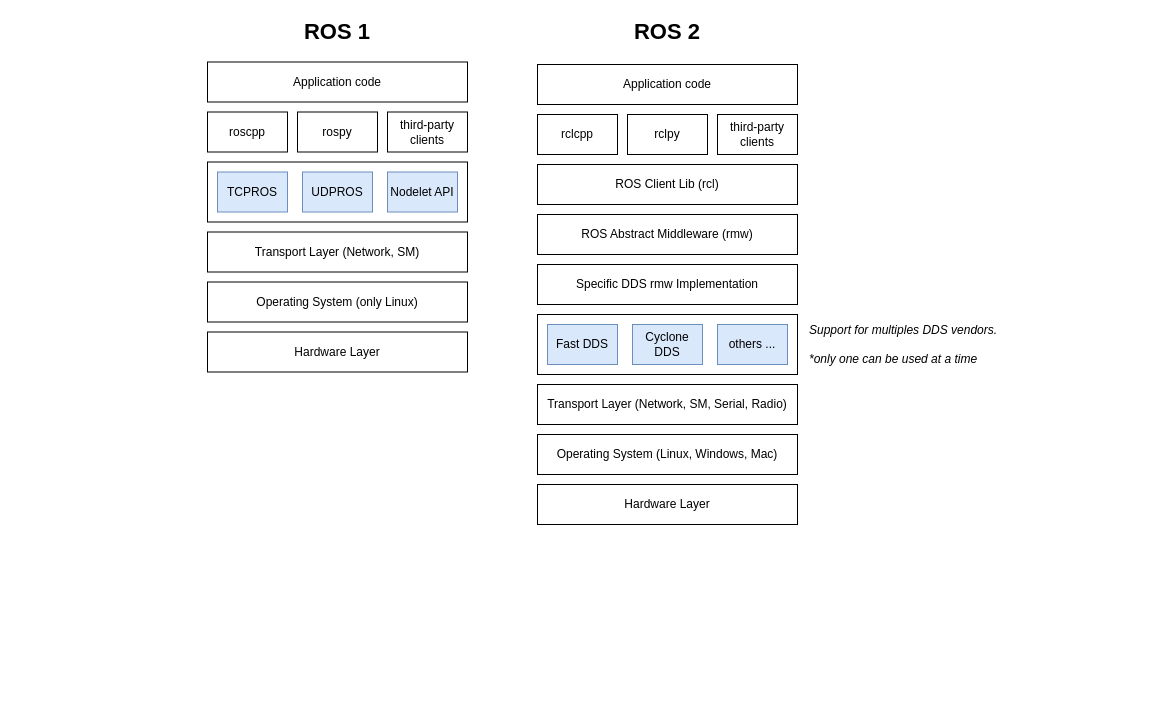
Above: page "stack" (5 of 10) of src/resources/ros.drawio in harleylara/robotics (draw.io), before the change. Source tidied: cells renumbered, new cells numbered last; positions are measured from the earlier drawing's top-left corner, leaving out a move shared by most shapes. Both pictures are drawn from the tidied source at 100%, with x=0, y=0 at pixel (207, 16).
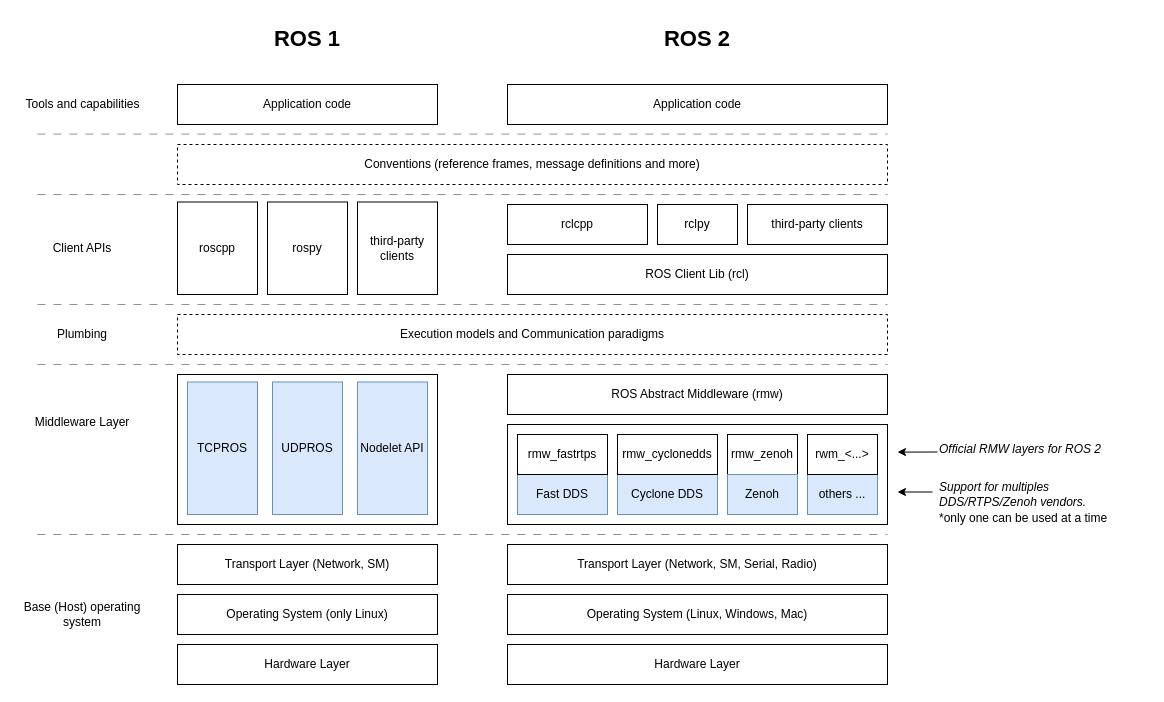
The same diagram, later.

The edit, as a diff of the source:
```diff
@@
     <mxCell id="2" style="rounded=0;whiteSpace=wrap;html=1;" parent="1" vertex="1">
-      <mxGeometry y="145.5" width="260" height="60" as="geometry" />
+      <mxGeometry x="-30" y="358" width="260" height="150" as="geometry" />
     </mxCell>
     <mxCell id="3" value="Hardware Layer" style="rounded=0;whiteSpace=wrap;html=1;" parent="1" vertex="1">
-      <mxGeometry y="315.5" width="260" height="40" as="geometry" />
+      <mxGeometry x="-30" y="628" width="260" height="40" as="geometry" />
     </mxCell>
     <mxCell id="4" value="Operating System (only Linux)" style="rounded=0;whiteSpace=wrap;html=1;" parent="1" vertex="1">
-      <mxGeometry y="265.5" width="260" height="40" as="geometry" />
+      <mxGeometry x="-30" y="578" width="260" height="40" as="geometry" />
     </mxCell>
     <mxCell id="5" value="Transport Layer (Network, SM)" style="rounded=0;whiteSpace=wrap;html=1;" parent="1" vertex="1">
-      <mxGeometry y="215.5" width="260" height="40" as="geometry" />
+      <mxGeometry x="-30" y="528" width="260" height="40" as="geometry" />
     </mxCell>
     <mxCell id="6" value="TCPROS" style="rounded=0;whiteSpace=wrap;html=1;fillColor=#dae8fc;strokeColor=#6c8ebf;" parent="1" vertex="1">
-      <mxGeometry x="10" y="155.5" width="70" height="40" as="geometry" />
+      <mxGeometry x="-20" y="365.5" width="70" height="132.5" as="geometry" />
     </mxCell>
     <mxCell id="7" value="UDPROS" style="rounded=0;whiteSpace=wrap;html=1;fillColor=#dae8fc;strokeColor=#6c8ebf;" parent="1" vertex="1">
-      <mxGeometry x="95" y="155.5" width="70" height="40" as="geometry" />
+      <mxGeometry x="65" y="365.5" width="70" height="132.5" as="geometry" />
     </mxCell>
     <mxCell id="8" value="Nodelet API" style="rounded=0;whiteSpace=wrap;html=1;fillColor=#dae8fc;strokeColor=#6c8ebf;" parent="1" vertex="1">
-      <mxGeometry x="180" y="155.5" width="70" height="40" as="geometry" />
+      <mxGeometry x="150" y="365.5" width="70" height="132.5" as="geometry" />
     </mxCell>
     <mxCell id="9" value="roscpp" style="rounded=0;whiteSpace=wrap;html=1;" parent="1" vertex="1">
-      <mxGeometry y="95.5" width="80" height="40" as="geometry" />
+      <mxGeometry x="-30" y="185.5" width="80" height="92.5" as="geometry" />
     </mxCell>
     <mxCell id="10" value="Application code" style="rounded=0;whiteSpace=wrap;html=1;" parent="1" vertex="1">
-      <mxGeometry y="45.5" width="260" height="40" as="geometry" />
+      <mxGeometry x="-30" y="68" width="260" height="40" as="geometry" />
     </mxCell>
     <mxCell id="11" value="ROS 1" style="text;html=1;strokeColor=none;fillColor=none;align=center;verticalAlign=middle;whiteSpace=wrap;rounded=0;fontStyle=1;fontSize=22;" parent="1" vertex="1">
-      <mxGeometry x="75" y="0.5" width="110" height="30" as="geometry" />
+      <mxGeometry x="45" y="8" width="110" height="30" as="geometry" />
     </mxCell>
-    <mxCell id="12" value="Hardware Layer" style="rounded=0;whiteSpace=wrap;html=1;" parent="1" vertex="1">
-      <mxGeometry x="330" y="468" width="260" height="40" as="geometry" />
-    </mxCell>
-    <mxCell id="13" value="Operating System (Linux, Windows, Mac)" style="rounded=0;whiteSpace=wrap;html=1;" parent="1" vertex="1">
-      <mxGeometry x="330" y="418" width="260" height="40" as="geometry" />
-    </mxCell>
     <mxCell id="14" value="Transport Layer (Network, SM, Serial, Radio)" style="rounded=0;whiteSpace=wrap;html=1;" parent="1" vertex="1">
-      <mxGeometry x="330" y="368" width="260" height="40" as="geometry" />
+      <mxGeometry x="300" y="528" width="380" height="40" as="geometry" />
     </mxCell>
     <mxCell id="15" style="rounded=0;whiteSpace=wrap;html=1;" parent="1" vertex="1">
-      <mxGeometry x="330" y="298" width="260" height="60" as="geometry" />
+      <mxGeometry x="300" y="408" width="380" height="100" as="geometry" />
     </mxCell>
     <mxCell id="16" value="Fast DDS" style="rounded=0;whiteSpace=wrap;html=1;fillColor=#dae8fc;strokeColor=#6c8ebf;" parent="1" vertex="1">
-      <mxGeometry x="340" y="308" width="70" height="40" as="geometry" />
+      <mxGeometry x="310" y="458" width="90" height="40" as="geometry" />
     </mxCell>
     <mxCell id="17" value="Cyclone DDS" style="rounded=0;whiteSpace=wrap;html=1;fillColor=#dae8fc;strokeColor=#6c8ebf;" parent="1" vertex="1">
-      <mxGeometry x="425" y="308" width="70" height="40" as="geometry" />
+      <mxGeometry x="410" y="458" width="100" height="40" as="geometry" />
     </mxCell>
     <mxCell id="18" value="others ..." style="rounded=0;whiteSpace=wrap;html=1;fillColor=#dae8fc;strokeColor=#6c8ebf;" parent="1" vertex="1">
-      <mxGeometry x="510" y="308" width="70" height="40" as="geometry" />
+      <mxGeometry x="600" y="458" width="70" height="40" as="geometry" />
     </mxCell>
-    <mxCell id="19" value="Support for multiples DDS vendors.&lt;br&gt;&lt;br&gt;*only one can be used at a time" style="text;html=1;strokeColor=none;fillColor=none;align=left;verticalAlign=middle;whiteSpace=wrap;rounded=0;fontStyle=2;" parent="1" vertex="1">
-      <mxGeometry x="600" y="313" width="210" height="30" as="geometry" />
+    <mxCell id="19" value="Support for multiples DDS/RTPS/Zenoh vendors." style="text;html=1;strokeColor=none;fillColor=none;align=left;verticalAlign=middle;whiteSpace=wrap;rounded=0;fontStyle=2;" parent="1" vertex="1">
+      <mxGeometry x="730" y="458" width="210" height="40" as="geometry" />
     </mxCell>
-    <mxCell id="20" value="Specific DDS rmw Implementation" style="rounded=0;whiteSpace=wrap;html=1;" parent="1" vertex="1">
-      <mxGeometry x="330" y="248" width="260" height="40" as="geometry" />
-    </mxCell>
-    <mxCell id="21" value="ROS Abstract Middleware (rmw)" style="rounded=0;whiteSpace=wrap;html=1;" parent="1" vertex="1">
-      <mxGeometry x="330" y="198" width="260" height="40" as="geometry" />
-    </mxCell>
-    <mxCell id="22" value="ROS Client Lib (rcl)" style="rounded=0;whiteSpace=wrap;html=1;" parent="1" vertex="1">
-      <mxGeometry x="330" y="148" width="260" height="40" as="geometry" />
-    </mxCell>
     <mxCell id="23" value="Application code" style="rounded=0;whiteSpace=wrap;html=1;" parent="1" vertex="1">
-      <mxGeometry x="330" y="48" width="260" height="40" as="geometry" />
+      <mxGeometry x="300" y="68" width="380" height="40" as="geometry" />
     </mxCell>
     <mxCell id="24" value="rospy" style="rounded=0;whiteSpace=wrap;html=1;" parent="1" vertex="1">
-      <mxGeometry x="90" y="95.5" width="80" height="40" as="geometry" />
+      <mxGeometry x="60" y="185.5" width="80" height="92.5" as="geometry" />
     </mxCell>
     <mxCell id="25" value="third-party clients" style="rounded=0;whiteSpace=wrap;html=1;" parent="1" vertex="1">
-      <mxGeometry x="180" y="95.5" width="80" height="40" as="geometry" />
+      <mxGeometry x="150" y="185.5" width="80" height="92.5" as="geometry" />
     </mxCell>
     <mxCell id="26" value="rclcpp" style="rounded=0;whiteSpace=wrap;html=1;" parent="1" vertex="1">
-      <mxGeometry x="330" y="98" width="80" height="40" as="geometry" />
+      <mxGeometry x="300" y="188" width="140" height="40" as="geometry" />
     </mxCell>
     <mxCell id="27" value="rclpy" style="rounded=0;whiteSpace=wrap;html=1;" parent="1" vertex="1">
-      <mxGeometry x="420" y="98" width="80" height="40" as="geometry" />
+      <mxGeometry x="450" y="188" width="80" height="40" as="geometry" />
     </mxCell>
     <mxCell id="28" value="third-party clients" style="rounded=0;whiteSpace=wrap;html=1;" parent="1" vertex="1">
-      <mxGeometry x="510" y="98" width="80" height="40" as="geometry" />
+      <mxGeometry x="540" y="188" width="140" height="40" as="geometry" />
     </mxCell>
     <mxCell id="29" value="ROS 2" style="text;html=1;strokeColor=none;fillColor=none;align=center;verticalAlign=middle;whiteSpace=wrap;rounded=0;fontStyle=1;fontSize=22;" parent="1" vertex="1">
-      <mxGeometry x="405" y="0.5" width="110" height="30" as="geometry" />
+      <mxGeometry x="435" y="8" width="110" height="30" as="geometry" />
     </mxCell>
+    <mxCell id="30" value="&amp;nbsp;rmw_fastrtps&amp;nbsp;" style="rounded=0;whiteSpace=wrap;html=1;" parent="1" vertex="1">
+      <mxGeometry x="310" y="418" width="90" height="40" as="geometry" />
+    </mxCell>
+    <mxCell id="31" value="rmw_cyclonedds" style="rounded=0;whiteSpace=wrap;html=1;" parent="1" vertex="1">
+      <mxGeometry x="410" y="418" width="100" height="40" as="geometry" />
+    </mxCell>
+    <mxCell id="32" value="rmw_zenoh" style="rounded=0;whiteSpace=wrap;html=1;" parent="1" vertex="1">
+      <mxGeometry x="520" y="418" width="70" height="40" as="geometry" />
+    </mxCell>
+    <mxCell id="33" value="rwm_&amp;lt;...&amp;gt;" style="rounded=0;whiteSpace=wrap;html=1;" parent="1" vertex="1">
+      <mxGeometry x="600" y="418" width="70" height="40" as="geometry" />
+    </mxCell>
+    <mxCell id="34" value="Zenoh" style="rounded=0;whiteSpace=wrap;html=1;fillColor=#dae8fc;strokeColor=#6c8ebf;" parent="1" vertex="1">
+      <mxGeometry x="520" y="458" width="70" height="40" as="geometry" />
+    </mxCell>
+    <mxCell id="21" value="ROS Abstract Middleware (rmw)" style="rounded=0;whiteSpace=wrap;html=1;" parent="1" vertex="1">
+      <mxGeometry x="300" y="358" width="380" height="40" as="geometry" />
+    </mxCell>
+    <mxCell id="35" style="endArrow=classic;html=1;rounded=0;exitX=0;exitY=0.5;exitDx=0;exitDy=0;" parent="1" edge="1">
+      <mxGeometry relative="1" as="geometry">
+        <mxPoint x="725" y="475.5" as="sourcePoint" />
+        <mxPoint x="690" y="475.5" as="targetPoint" />
+      </mxGeometry>
+    </mxCell>
+    <mxCell id="36" value="*only one can be used at a time" style="text;whiteSpace=wrap;" parent="1" vertex="1">
+      <mxGeometry x="730" y="488" width="180" height="20" as="geometry" />
+    </mxCell>
+    <mxCell id="37" style="edgeStyle=none;rounded=0;orthogonalLoop=1;jettySize=auto;html=1;exitX=0;exitY=0.5;exitDx=0;exitDy=0;" parent="1" edge="1">
+      <mxGeometry relative="1" as="geometry">
+        <mxPoint x="730" y="435.5" as="sourcePoint" />
+        <mxPoint x="690" y="435.6" as="targetPoint" />
+      </mxGeometry>
+    </mxCell>
+    <mxCell id="38" value="Official RMW layers for ROS 2" style="text;html=1;strokeColor=none;fillColor=none;align=left;verticalAlign=middle;whiteSpace=wrap;rounded=0;fontStyle=2;" parent="1" vertex="1">
+      <mxGeometry x="730" y="418" width="210" height="30" as="geometry" />
+    </mxCell>
+    <mxCell id="39" value="Conventions (reference frames, message definitions and more)" style="rounded=0;whiteSpace=wrap;html=1;dashed=1;" parent="1" vertex="1">
+      <mxGeometry x="-30" y="128" width="710" height="40" as="geometry" />
+    </mxCell>
+    <mxCell id="12" value="Hardware Layer" style="rounded=0;whiteSpace=wrap;html=1;" parent="1" vertex="1">
+      <mxGeometry x="300" y="628" width="380" height="40" as="geometry" />
+    </mxCell>
+    <mxCell id="13" value="Operating System (Linux, Windows, Mac)" style="rounded=0;whiteSpace=wrap;html=1;" parent="1" vertex="1">
+      <mxGeometry x="300" y="578" width="380" height="40" as="geometry" />
+    </mxCell>
+    <mxCell id="40" style="endArrow=none;dashed=1;html=1;rounded=0;dashPattern=8 8;fillColor=#f5f5f5;strokeColor=#666666;opacity=70;" parent="1" edge="1">
+      <mxGeometry relative="1" as="geometry">
+        <mxPoint x="-170" y="518" as="sourcePoint" />
+        <mxPoint x="680" y="518" as="targetPoint" />
+      </mxGeometry>
+    </mxCell>
+    <mxCell id="41" value="Base (Host) operating system" style="text;html=1;whiteSpace=wrap;strokeColor=none;fillColor=none;align=center;verticalAlign=middle;rounded=0;" parent="1" vertex="1">
+      <mxGeometry x="-190" y="583" width="130" height="30" as="geometry" />
+    </mxCell>
+    <mxCell id="42" value="Middleware Layer" style="text;html=1;whiteSpace=wrap;strokeColor=none;fillColor=none;align=center;verticalAlign=middle;rounded=0;" parent="1" vertex="1">
+      <mxGeometry x="-190" y="390.5" width="130" height="30" as="geometry" />
+    </mxCell>
+    <mxCell id="43" style="endArrow=none;dashed=1;html=1;rounded=0;dashPattern=8 8;fillColor=#f5f5f5;strokeColor=#666666;opacity=70;" parent="1" edge="1">
+      <mxGeometry relative="1" as="geometry">
+        <mxPoint x="-170" y="288" as="sourcePoint" />
+        <mxPoint x="680" y="288" as="targetPoint" />
+      </mxGeometry>
+    </mxCell>
+    <mxCell id="44" value="Execution models and Communication paradigms" style="rounded=0;whiteSpace=wrap;html=1;dashed=1;" parent="1" vertex="1">
+      <mxGeometry x="-30" y="298" width="710" height="40" as="geometry" />
+    </mxCell>
+    <mxCell id="22" value="ROS Client Lib (rcl)" style="rounded=0;whiteSpace=wrap;html=1;" parent="1" vertex="1">
+      <mxGeometry x="300" y="238" width="380" height="40" as="geometry" />
+    </mxCell>
+    <mxCell id="45" value="Client APIs" style="text;html=1;whiteSpace=wrap;strokeColor=none;fillColor=none;align=center;verticalAlign=middle;rounded=0;" parent="1" vertex="1">
+      <mxGeometry x="-165" y="216.8" width="80" height="30" as="geometry" />
+    </mxCell>
+    <mxCell id="46" style="endArrow=none;dashed=1;html=1;rounded=0;dashPattern=8 8;fillColor=#f5f5f5;strokeColor=#666666;opacity=70;" parent="1" edge="1">
+      <mxGeometry relative="1" as="geometry">
+        <mxPoint x="-170" y="178" as="sourcePoint" />
+        <mxPoint x="680" y="178" as="targetPoint" />
+      </mxGeometry>
+    </mxCell>
+    <mxCell id="47" style="endArrow=none;dashed=1;html=1;rounded=0;dashPattern=8 8;fillColor=#f5f5f5;strokeColor=#666666;opacity=70;" parent="1" edge="1">
+      <mxGeometry relative="1" as="geometry">
+        <mxPoint x="-170" y="117.6" as="sourcePoint" />
+        <mxPoint x="680" y="117.6" as="targetPoint" />
+      </mxGeometry>
+    </mxCell>
+    <mxCell id="48" value="Tools and capabilities" style="text;html=1;whiteSpace=wrap;strokeColor=none;fillColor=none;align=center;verticalAlign=middle;rounded=0;" parent="1" vertex="1">
+      <mxGeometry x="-187.5" y="73" width="125" height="30" as="geometry" />
+    </mxCell>
+    <mxCell id="49" style="endArrow=none;dashed=1;html=1;rounded=0;dashPattern=8 8;fillColor=#f5f5f5;strokeColor=#666666;opacity=70;" parent="1" edge="1">
+      <mxGeometry relative="1" as="geometry">
+        <mxPoint x="-170" y="348" as="sourcePoint" />
+        <mxPoint x="680" y="348" as="targetPoint" />
+      </mxGeometry>
+    </mxCell>
+    <mxCell id="50" value="Plumbing" style="text;html=1;whiteSpace=wrap;strokeColor=none;fillColor=none;align=center;verticalAlign=middle;rounded=0;" parent="1" vertex="1">
+      <mxGeometry x="-190" y="303" width="130" height="30" as="geometry" />
+    </mxCell>
```
